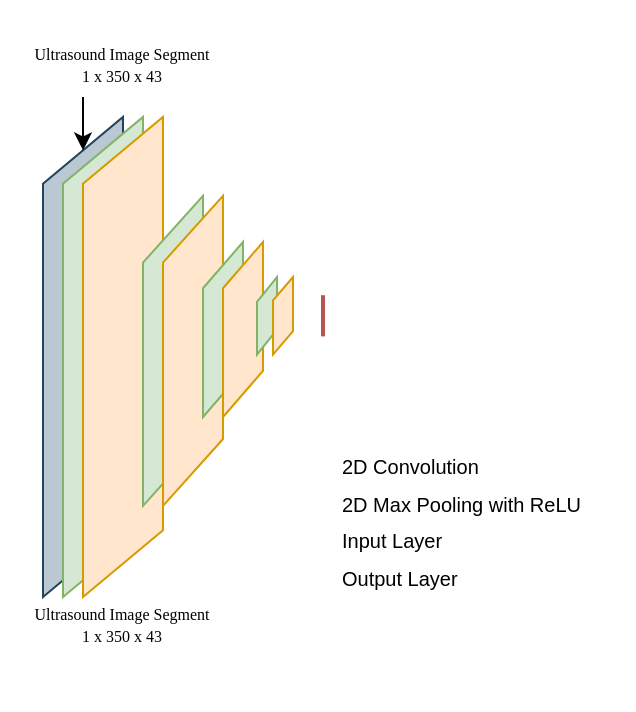
Earlier version of the draw.io diagram assets/Untitled Diagram.drawio (bimbraw/bimbraw.github.io). Source tidied: cells renumbered, new cells numbered last; positions are measured from the earlier drawing's top-left corner, leaving out a move shared by most shapes. Both pictures are drawn from the tidied source at 200%, with x=0, y=0 at pixel (42, 56).
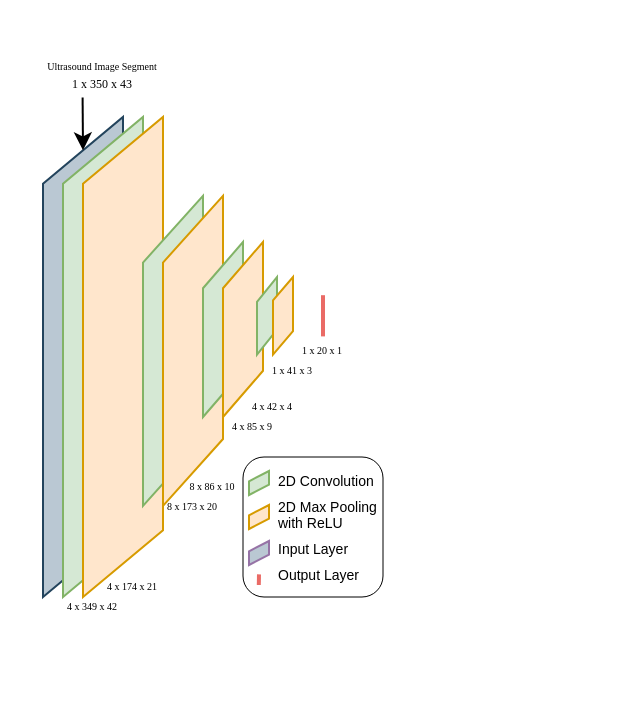
The same page after the edit.

Commit message:
ieee_chase_comb

The change refers to these unchanged cells:
```xml
<mxCell id="2" style="verticalLabelPosition=bottom;verticalAlign=top;html=1;shape=mxgraph.infographic.parallelogram;dx=16.69;fillColor=#bac8d3;strokeColor=#23445d;flipH=0;flipV=1;direction=south;" parent="1" vertex="1">
  <mxGeometry y="30" width="40" height="240" as="geometry" />
</mxCell>
```

The edit, as a diff of the source:
```diff
@@
+    <mxCell id="16" style="rounded=1;whiteSpace=wrap;html=1;strokeWidth=0.5;" parent="1" vertex="1">
+      <mxGeometry x="100" y="200" width="70" height="70" as="geometry" />
+    </mxCell>
@@
-    <mxCell id="11" style="endArrow=none;html=1;rounded=0;fillColor=#f8cecc;strokeColor=#b85450;strokeWidth=2;shadow=0;" parent="1" edge="1">
+    <mxCell id="11" style="endArrow=none;html=1;rounded=0;fillColor=#ffcccc;strokeColor=#EA6B66;strokeWidth=2;shadow=0;" parent="1" edge="1">
       <mxGeometry relative="1" as="geometry">
         <mxPoint x="140" y="139.7" as="sourcePoint" />
         <mxPoint x="140" y="119.1" as="targetPoint" />
       </mxGeometry>
     </mxCell>
-    <mxCell id="12" value="&lt;h1 style=&quot;font-size: 10px;&quot;&gt;&lt;span style=&quot;font-family: DQD_PXNZRMz7GEKOn7Fx; background-color: initial; color: rgb(0, 0, 0); font-weight: normal; --darkreader-inline-bgcolor: initial; --darkreader-inline-color: #bab8b6; font-size: 10px;&quot;&gt;&lt;font style=&quot;font-size: 10px;&quot;&gt;2D Convolution&lt;/font&gt;&lt;/span&gt;&lt;/h1&gt;&lt;h1 style=&quot;font-size: 10px;&quot;&gt;&lt;span style=&quot;font-family: DQD_PXNZRMz7GEKOn7Fx; background-color: initial; color: rgb(0, 0, 0); font-weight: normal; --darkreader-inline-bgcolor: initial; --darkreader-inline-color: #bab8b6; font-size: 10px;&quot;&gt;&lt;font style=&quot;font-size: 10px;&quot;&gt;2D Max Pooling with ReLU&lt;/font&gt;&lt;/span&gt;&lt;/h1&gt;&lt;h1 style=&quot;font-size: 10px;&quot;&gt;&lt;font style=&quot;font-size: 10px;&quot; face=&quot;DQD_PXNZRMz7GEKOn7Fx&quot;&gt;&lt;span style=&quot;font-weight: 400; font-size: 10px;&quot;&gt;Input Layer&lt;/span&gt;&lt;/font&gt;&lt;/h1&gt;&lt;div style=&quot;font-size: 10px;&quot;&gt;&lt;font style=&quot;font-size: 10px;&quot; face=&quot;DQD_PXNZRMz7GEKOn7Fx&quot;&gt;&lt;span style=&quot;font-weight: 400; font-size: 10px;&quot;&gt;Output Layer&lt;/span&gt;&lt;/font&gt;&lt;/div&gt;" style="text;html=1;strokeColor=none;fillColor=none;spacing=0;spacingTop=0;whiteSpace=wrap;overflow=hidden;rounded=0;verticalAlign=middle;fontSize=10;" parent="1" vertex="1">
-      <mxGeometry x="150" y="190" width="130" height="80" as="geometry" />
+    <mxCell id="12" value="&lt;h1 style=&quot;font-size: 7px;&quot;&gt;&lt;span style=&quot;font-family: DQD_PXNZRMz7GEKOn7Fx; background-color: initial; color: rgb(0, 0, 0); font-weight: normal; --darkreader-inline-bgcolor: initial; --darkreader-inline-color: #bab8b6; font-size: 7px;&quot;&gt;&lt;font style=&quot;font-size: 7px;&quot;&gt;2D Convolution&lt;/font&gt;&lt;/span&gt;&lt;/h1&gt;&lt;h1 style=&quot;font-size: 7px;&quot;&gt;&lt;span style=&quot;font-family: DQD_PXNZRMz7GEKOn7Fx; background-color: initial; color: rgb(0, 0, 0); font-weight: normal; --darkreader-inline-bgcolor: initial; --darkreader-inline-color: #bab8b6; font-size: 7px;&quot;&gt;&lt;font style=&quot;font-size: 7px;&quot;&gt;2D Max Pooling with ReLU&lt;/font&gt;&lt;/span&gt;&lt;/h1&gt;&lt;h1 style=&quot;font-size: 7px;&quot;&gt;&lt;font style=&quot;font-size: 7px;&quot; face=&quot;DQD_PXNZRMz7GEKOn7Fx&quot;&gt;&lt;span style=&quot;font-weight: 400; font-size: 7px;&quot;&gt;Input Layer&lt;/span&gt;&lt;/font&gt;&lt;/h1&gt;&lt;div style=&quot;font-size: 7px;&quot;&gt;&lt;font style=&quot;font-size: 7px;&quot; face=&quot;DQD_PXNZRMz7GEKOn7Fx&quot;&gt;&lt;span style=&quot;font-weight: 400; font-size: 7px;&quot;&gt;Output Layer&lt;/span&gt;&lt;/font&gt;&lt;/div&gt;" style="text;html=1;strokeColor=none;fillColor=none;spacing=0;spacingTop=0;whiteSpace=wrap;overflow=hidden;rounded=0;verticalAlign=middle;fontSize=7;" parent="1" vertex="1">
+      <mxGeometry x="118" y="194" width="50" height="80" as="geometry" />
     </mxCell>
-    <mxCell id="13" value="&lt;p style=&quot;line-height: 40%; font-size: 8px;&quot;&gt;&lt;span style=&quot;background-color: initial; color: rgb(0, 0, 0); font-family: &amp;quot;Times New Roman&amp;quot;; --darkreader-inline-bgcolor: initial; --darkreader-inline-color: #bab8b6;&quot;&gt;Ultrasound&amp;nbsp;&lt;/span&gt;&lt;span style=&quot;background-color: initial; color: rgb(0, 0, 0); font-family: &amp;quot;Times New Roman&amp;quot;; --darkreader-inline-bgcolor: initial; --darkreader-inline-color: #bab8b6;&quot;&gt;Image&amp;nbsp;&lt;/span&gt;&lt;span style=&quot;background-color: initial; color: rgb(0, 0, 0); font-family: &amp;quot;Times New Roman&amp;quot;; --darkreader-inline-bgcolor: initial; --darkreader-inline-color: #bab8b6;&quot;&gt;Segment&lt;/span&gt;&lt;/p&gt;&lt;p style=&quot;line-height: 40%; font-size: 8px;&quot;&gt;&lt;span style=&quot;background-color: initial; color: rgb(0, 0, 0); font-family: &amp;quot;Times New Roman&amp;quot;; --darkreader-inline-bgcolor: initial; --darkreader-inline-color: #bab8b6;&quot;&gt;1 x 350 x 43&lt;/span&gt;&lt;br&gt;&lt;/p&gt;&lt;p style=&quot;line-height: 40%; font-size: 8px;&quot;&gt;&lt;span style=&quot;background-color: initial; color: rgb(0, 0, 0); font-family: &amp;quot;Times New Roman&amp;quot;; --darkreader-inline-bgcolor: initial; --darkreader-inline-color: #bab8b6;&quot;&gt;&lt;br&gt;&lt;/span&gt;&lt;/p&gt;" style="text;html=1;strokeColor=none;fillColor=none;align=center;verticalAlign=middle;whiteSpace=wrap;rounded=0;spacing=0;fontSize=8;" parent="1" vertex="1">
-      <mxGeometry width="80" height="20" as="geometry" />
+    <mxCell id="13" value="&lt;p style=&quot;line-height: 40%; font-size: 5px;&quot;&gt;&lt;span style=&quot;background-color: initial; color: rgb(0, 0, 0); font-family: &amp;quot;Times New Roman&amp;quot;; --darkreader-inline-bgcolor: initial; --darkreader-inline-color: #bab8b6; font-size: 5px;&quot;&gt;Ultrasound&amp;nbsp;&lt;/span&gt;&lt;span style=&quot;background-color: initial; color: rgb(0, 0, 0); font-family: &amp;quot;Times New Roman&amp;quot;; --darkreader-inline-bgcolor: initial; --darkreader-inline-color: #bab8b6; font-size: 5px;&quot;&gt;Image&amp;nbsp;&lt;/span&gt;&lt;span style=&quot;background-color: initial; color: rgb(0, 0, 0); font-family: &amp;quot;Times New Roman&amp;quot;; --darkreader-inline-bgcolor: initial; --darkreader-inline-color: #bab8b6; font-size: 5px;&quot;&gt;Segment&lt;/span&gt;&lt;/p&gt;&lt;p style=&quot;line-height: 40%; font-size: 6px;&quot;&gt;&lt;span style=&quot;background-color: initial; color: rgb(0, 0, 0); font-family: &amp;quot;Times New Roman&amp;quot;; --darkreader-inline-bgcolor: initial; --darkreader-inline-color: #bab8b6;&quot;&gt;1 x 350 x 43&lt;/span&gt;&lt;/p&gt;" style="text;html=1;strokeColor=none;fillColor=none;align=center;verticalAlign=middle;whiteSpace=wrap;rounded=0;spacing=0;fontSize=5;" parent="1" vertex="1">
+      <mxGeometry width="60" height="20" as="geometry" />
     </mxCell>
-    <mxCell id="14" style="endArrow=classic;html=1;rounded=0;exitX=0.25;exitY=1;exitDx=0;exitDy=0;entryX=0;entryY=0.5;entryDx=223.30999999999997;entryDy=0;entryPerimeter=0;" parent="1" edge="1" source="13" target="2">
+    <mxCell id="14" style="endArrow=classic;html=1;rounded=0;exitX=0.33;exitY=1.011;exitDx=0;exitDy=0;entryX=0;entryY=0.5;entryDx=223.30999999999997;entryDy=0;entryPerimeter=0;exitPerimeter=0;" parent="1" edge="1" source="13" target="2">
       <mxGeometry relative="1" as="geometry" />
     </mxCell>
-    <mxCell id="15" value="&lt;p style=&quot;line-height: 40%; font-size: 8px;&quot;&gt;&lt;span style=&quot;background-color: initial; color: rgb(0, 0, 0); font-family: &amp;quot;Times New Roman&amp;quot;; --darkreader-inline-bgcolor: initial; --darkreader-inline-color: #bab8b6;&quot;&gt;Ultrasound&amp;nbsp;&lt;/span&gt;&lt;span style=&quot;background-color: initial; color: rgb(0, 0, 0); font-family: &amp;quot;Times New Roman&amp;quot;; --darkreader-inline-bgcolor: initial; --darkreader-inline-color: #bab8b6;&quot;&gt;Image&amp;nbsp;&lt;/span&gt;&lt;span style=&quot;background-color: initial; color: rgb(0, 0, 0); font-family: &amp;quot;Times New Roman&amp;quot;; --darkreader-inline-bgcolor: initial; --darkreader-inline-color: #bab8b6;&quot;&gt;Segment&lt;/span&gt;&lt;/p&gt;&lt;p style=&quot;line-height: 40%; font-size: 8px;&quot;&gt;&lt;span style=&quot;background-color: initial; color: rgb(0, 0, 0); font-family: &amp;quot;Times New Roman&amp;quot;; --darkreader-inline-bgcolor: initial; --darkreader-inline-color: #bab8b6;&quot;&gt;1 x 350 x 43&lt;/span&gt;&lt;br&gt;&lt;/p&gt;&lt;p style=&quot;line-height: 40%; font-size: 8px;&quot;&gt;&lt;span style=&quot;background-color: initial; color: rgb(0, 0, 0); font-family: &amp;quot;Times New Roman&amp;quot;; --darkreader-inline-bgcolor: initial; --darkreader-inline-color: #bab8b6;&quot;&gt;&lt;br&gt;&lt;/span&gt;&lt;/p&gt;" style="text;html=1;strokeColor=none;fillColor=none;align=center;verticalAlign=middle;whiteSpace=wrap;rounded=0;spacing=0;fontSize=8;" parent="1" vertex="1">
-      <mxGeometry y="280" width="80" height="20" as="geometry" />
-    </mxCell>
+    <mxCell id="17" value="&lt;p style=&quot;line-height: 40%; font-size: 5px;&quot;&gt;&lt;span style=&quot;background-color: initial; color: rgb(0, 0, 0); font-family: &amp;quot;Times New Roman&amp;quot;; --darkreader-inline-bgcolor: initial; --darkreader-inline-color: #bab8b6;&quot;&gt;4 x 349 x 42&lt;/span&gt;&lt;br&gt;&lt;/p&gt;" style="text;html=1;strokeColor=none;fillColor=none;align=center;verticalAlign=middle;whiteSpace=wrap;rounded=0;spacing=0;fontSize=5;" parent="1" vertex="1">
+      <mxGeometry x="10" y="270" width="30" height="10" as="geometry" />
+    </mxCell>
+    <mxCell id="18" value="&lt;p style=&quot;line-height: 40%; font-size: 5px;&quot;&gt;&lt;span style=&quot;background-color: initial; color: rgb(0, 0, 0); font-family: &amp;quot;Times New Roman&amp;quot;; --darkreader-inline-bgcolor: initial; --darkreader-inline-color: #bab8b6;&quot;&gt;4 x 174 x 21&lt;/span&gt;&lt;br&gt;&lt;/p&gt;" style="text;html=1;strokeColor=none;fillColor=none;align=center;verticalAlign=middle;whiteSpace=wrap;rounded=0;spacing=0;fontSize=5;" parent="1" vertex="1">
+      <mxGeometry x="30" y="260" width="30" height="10" as="geometry" />
+    </mxCell>
+    <mxCell id="19" value="&lt;p style=&quot;line-height: 40%; font-size: 5px;&quot;&gt;&lt;span style=&quot;background-color: initial; color: rgb(0, 0, 0); font-family: &amp;quot;Times New Roman&amp;quot;; --darkreader-inline-bgcolor: initial; --darkreader-inline-color: #bab8b6;&quot;&gt;8 x 173 x 20&lt;/span&gt;&lt;br&gt;&lt;/p&gt;" style="text;html=1;strokeColor=none;fillColor=none;align=center;verticalAlign=middle;whiteSpace=wrap;rounded=0;spacing=0;fontSize=5;" parent="1" vertex="1">
+      <mxGeometry x="60" y="220" width="30" height="10" as="geometry" />
+    </mxCell>
+    <mxCell id="20" value="&lt;p style=&quot;line-height: 40%; font-size: 5px;&quot;&gt;&lt;span style=&quot;background-color: initial; color: rgb(0, 0, 0); font-family: &amp;quot;Times New Roman&amp;quot;; --darkreader-inline-bgcolor: initial; --darkreader-inline-color: #bab8b6;&quot;&gt;8 x 86 x 10&lt;/span&gt;&lt;br&gt;&lt;/p&gt;" style="text;html=1;strokeColor=none;fillColor=none;align=center;verticalAlign=middle;whiteSpace=wrap;rounded=0;spacing=0;fontSize=5;" parent="1" vertex="1">
+      <mxGeometry x="70" y="210" width="30" height="10" as="geometry" />
+    </mxCell>
+    <mxCell id="21" value="&lt;p style=&quot;line-height: 40%; font-size: 5px;&quot;&gt;&lt;span style=&quot;background-color: initial; color: rgb(0, 0, 0); font-family: &amp;quot;Times New Roman&amp;quot;; --darkreader-inline-bgcolor: initial; --darkreader-inline-color: #bab8b6;&quot;&gt;4 x 85 x 9&lt;/span&gt;&lt;br&gt;&lt;/p&gt;" style="text;html=1;strokeColor=none;fillColor=none;align=center;verticalAlign=middle;whiteSpace=wrap;rounded=0;spacing=0;fontSize=5;" parent="1" vertex="1">
+      <mxGeometry x="90" y="180" width="30" height="10" as="geometry" />
+    </mxCell>
+    <mxCell id="22" value="&lt;p style=&quot;line-height: 40%; font-size: 5px;&quot;&gt;&lt;span style=&quot;background-color: initial; color: rgb(0, 0, 0); font-family: &amp;quot;Times New Roman&amp;quot;; --darkreader-inline-bgcolor: initial; --darkreader-inline-color: #bab8b6;&quot;&gt;4 x 42 x 4&lt;/span&gt;&lt;br&gt;&lt;/p&gt;" style="text;html=1;strokeColor=none;fillColor=none;align=center;verticalAlign=middle;whiteSpace=wrap;rounded=0;spacing=0;fontSize=5;" parent="1" vertex="1">
+      <mxGeometry x="100" y="170" width="30" height="10" as="geometry" />
+    </mxCell>
+    <mxCell id="23" value="&lt;p style=&quot;line-height: 40%; font-size: 5px;&quot;&gt;&lt;span style=&quot;background-color: initial; color: rgb(0, 0, 0); font-family: &amp;quot;Times New Roman&amp;quot;; --darkreader-inline-bgcolor: initial; --darkreader-inline-color: #bab8b6;&quot;&gt;1 x 41 x 3&lt;/span&gt;&lt;br&gt;&lt;/p&gt;" style="text;html=1;strokeColor=none;fillColor=none;align=center;verticalAlign=middle;whiteSpace=wrap;rounded=0;spacing=0;fontSize=5;" parent="1" vertex="1">
+      <mxGeometry x="110" y="151.9" width="30" height="10" as="geometry" />
+    </mxCell>
+    <mxCell id="24" value="&lt;p style=&quot;line-height: 40%; font-size: 5px;&quot;&gt;&lt;span style=&quot;background-color: initial; color: rgb(0, 0, 0); font-family: &amp;quot;Times New Roman&amp;quot;; --darkreader-inline-bgcolor: initial; --darkreader-inline-color: #bab8b6;&quot;&gt;1 x 20 x 1&lt;/span&gt;&lt;br&gt;&lt;/p&gt;" style="text;html=1;strokeColor=none;fillColor=none;align=center;verticalAlign=middle;whiteSpace=wrap;rounded=0;spacing=0;fontSize=5;" parent="1" vertex="1">
+      <mxGeometry x="125" y="141.9" width="30" height="10" as="geometry" />
+    </mxCell>
+    <mxCell id="25" style="verticalLabelPosition=bottom;verticalAlign=top;html=1;shape=mxgraph.infographic.parallelogram;dx=2.58;fillColor=#d5e8d4;strokeColor=#82b366;flipH=0;flipV=1;direction=south;" parent="1" vertex="1">
+      <mxGeometry x="103" y="207" width="10" height="12" as="geometry" />
+    </mxCell>
+    <mxCell id="26" style="verticalLabelPosition=bottom;verticalAlign=top;html=1;shape=mxgraph.infographic.parallelogram;dx=2.58;fillColor=#ffe6cc;strokeColor=#d79b00;flipH=0;flipV=1;direction=south;" parent="1" vertex="1">
+      <mxGeometry x="103" y="224" width="10" height="12" as="geometry" />
+    </mxCell>
+    <mxCell id="27" style="verticalLabelPosition=bottom;verticalAlign=top;html=1;shape=mxgraph.infographic.parallelogram;dx=2.58;fillColor=#BAC8D3;strokeColor=#9673a6;flipH=0;flipV=1;direction=south;" parent="1" vertex="1">
+      <mxGeometry x="103" y="242" width="10" height="12" as="geometry" />
+    </mxCell>
+    <mxCell id="28" style="endArrow=none;html=1;rounded=0;fillColor=#ffcccc;strokeColor=#EA6B66;strokeWidth=2;shadow=0;" parent="1" edge="1">
+      <mxGeometry relative="1" as="geometry">
+        <mxPoint x="107.9" y="264" as="sourcePoint" />
+        <mxPoint x="108" y="258.7" as="targetPoint" />
+      </mxGeometry>
+    </mxCell>
```
